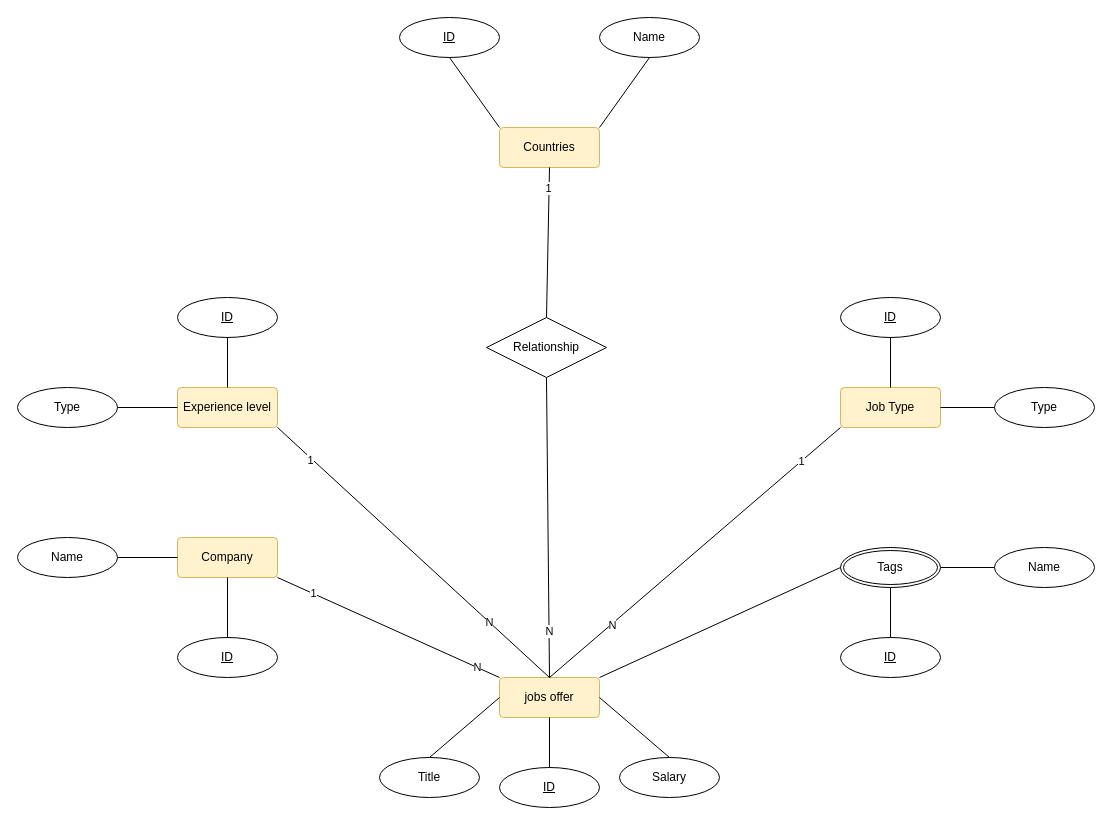
yassinessadi/diagrams keeps this draw.io diagram as Untitled Diagram.drawio. Above is the earlier version. Source tidied: cells renumbered, new cells numbered last; positions are measured from the earlier drawing's top-left corner, leaving out a move shared by most shapes. Both pictures are drawn from the tidied source at 100%, with x=0, y=0 at pixel (17, 17).
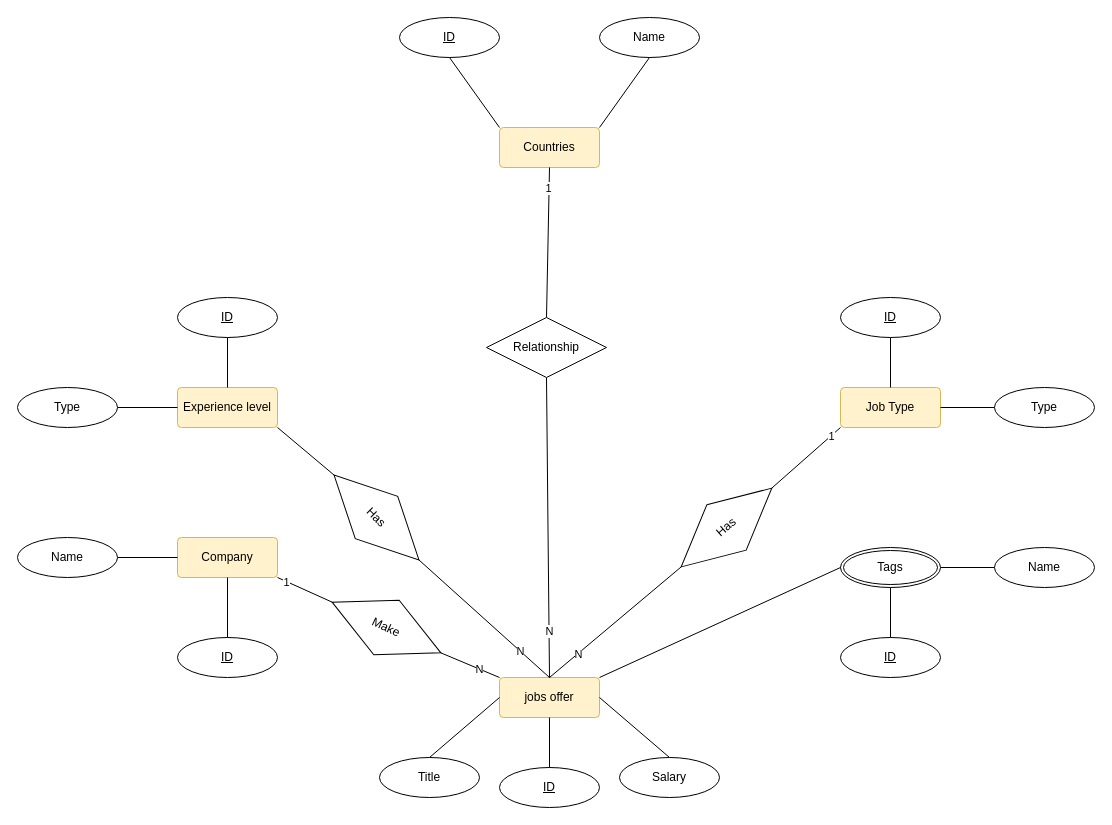
The same page after the edit.

Commit message:
Entity Relation (Added) Diagram.drawio

The change refers to these unchanged cells:
```xml
<mxCell id="2" value="Job Type" style="rounded=1;arcSize=10;whiteSpace=wrap;html=1;align=center;fillColor=#fff2cc;strokeColor=#d6b656;" parent="1" vertex="1">
  <mxGeometry x="823" y="370" width="100" height="40" as="geometry" />
</mxCell>
<mxCell id="10" value="Experience level" style="rounded=1;arcSize=10;whiteSpace=wrap;html=1;align=center;fillColor=#fff2cc;strokeColor=#d6b656;" parent="1" vertex="1">
  <mxGeometry x="160" y="370" width="100" height="40" as="geometry" />
</mxCell>
<mxCell id="15" value="Company" style="rounded=1;arcSize=10;whiteSpace=wrap;html=1;align=center;fillColor=#fff2cc;strokeColor=#d6b656;" parent="1" vertex="1">
  <mxGeometry x="160" y="520" width="100" height="40" as="geometry" />
</mxCell>
<mxCell id="20" value="jobs offer" style="rounded=1;arcSize=10;whiteSpace=wrap;html=1;align=center;fillColor=#fff2cc;strokeColor=#d6b656;" parent="1" vertex="1">
  <mxGeometry x="482" y="660" width="100" height="40" as="geometry" />
</mxCell>
```

Change to the diagram source:
```diff
@@
-    <mxCell id="28" style="endArrow=none;html=1;rounded=0;exitX=1;exitY=1;exitDx=0;exitDy=0;entryX=0;entryY=0;entryDx=0;entryDy=0;" parent="1" edge="1" source="15" target="20">
+    <mxCell id="28" style="endArrow=none;html=1;rounded=0;exitX=1;exitY=1;exitDx=0;exitDy=0;entryX=0;entryY=0.5;entryDx=0;entryDy=0;" parent="1" edge="1" source="15" target="49">
       <mxGeometry relative="1" as="geometry" />
     </mxCell>
-    <mxCell id="29" value="N" style="edgeLabel;html=1;align=center;verticalAlign=middle;" parent="28" vertex="1">
-      <mxGeometry x="0.8" relative="1" as="geometry" />
-    </mxCell>
@@
-    <mxCell id="33" style="endArrow=none;html=1;rounded=0;exitX=1;exitY=1;exitDx=0;exitDy=0;entryX=0.5;entryY=0;entryDx=0;entryDy=0;" parent="1" edge="1" source="10" target="20">
+    <mxCell id="33" style="endArrow=none;html=1;rounded=0;exitX=1;exitY=0.5;exitDx=0;exitDy=0;entryX=0.5;entryY=0;entryDx=0;entryDy=0;" parent="1" edge="1" source="52" target="20">
       <mxGeometry relative="1" as="geometry" />
     </mxCell>
@@
-    <mxCell id="35" value="1" style="edgeLabel;html=1;align=center;verticalAlign=middle;" parent="33" vertex="1">
-      <mxGeometry x="-0.75" y="-2" relative="1" as="geometry" />
-    </mxCell>
-    <mxCell id="36" style="endArrow=none;html=1;rounded=0;entryX=0;entryY=1;entryDx=0;entryDy=0;exitX=0.5;exitY=0;exitDx=0;exitDy=0;" parent="1" edge="1" source="20" target="2">
+    <mxCell id="36" style="endArrow=none;html=1;rounded=0;entryX=0;entryY=1;entryDx=0;entryDy=0;exitX=1;exitY=0.5;exitDx=0;exitDy=0;" parent="1" edge="1" source="56" target="2">
       <mxGeometry relative="1" as="geometry" />
     </mxCell>
-    <mxCell id="37" value="N" style="edgeLabel;html=1;align=center;verticalAlign=middle;" parent="36" vertex="1">
-      <mxGeometry x="-0.57" y="-1" relative="1" as="geometry" />
-    </mxCell>
@@
+    <mxCell id="49" value="Make" style="shape=rhombus;perimeter=rhombusPerimeter;whiteSpace=wrap;html=1;align=center;rotation=25;" parent="1" vertex="1">
+      <mxGeometry x="309" y="580" width="120" height="60" as="geometry" />
+    </mxCell>
+    <mxCell id="50" style="endArrow=none;html=1;rounded=0;exitX=1;exitY=0.5;exitDx=0;exitDy=0;entryX=0;entryY=0;entryDx=0;entryDy=0;" parent="1" edge="1" source="49" target="20">
+      <mxGeometry relative="1" as="geometry" />
+    </mxCell>
+    <mxCell id="51" value="N" style="edgeLabel;html=1;align=center;verticalAlign=middle;" parent="50" vertex="1">
+      <mxGeometry x="0.28" relative="1" as="geometry" />
+    </mxCell>
+    <mxCell id="52" value="Has" style="shape=rhombus;perimeter=rhombusPerimeter;whiteSpace=wrap;html=1;align=center;rotation=45;" parent="1" vertex="1">
+      <mxGeometry x="299" y="470" width="120" height="60" as="geometry" />
+    </mxCell>
+    <mxCell id="53" style="endArrow=none;html=1;rounded=0;exitX=1;exitY=1;exitDx=0;exitDy=0;entryX=0;entryY=0.5;entryDx=0;entryDy=0;" parent="1" edge="1" source="10" target="52">
+      <mxGeometry relative="1" as="geometry" />
+    </mxCell>
+    <mxCell id="54" style="endArrow=none;html=1;rounded=0;entryX=0;entryY=0.5;entryDx=0;entryDy=0;exitX=0.5;exitY=0;exitDx=0;exitDy=0;" parent="1" edge="1" source="20" target="56">
+      <mxGeometry relative="1" as="geometry" />
+    </mxCell>
+    <mxCell id="55" value="N" style="edgeLabel;html=1;align=center;verticalAlign=middle;" parent="54" vertex="1">
+      <mxGeometry x="-0.57" y="-1" relative="1" as="geometry" />
+    </mxCell>
+    <mxCell id="56" value="Has" style="shape=rhombus;perimeter=rhombusPerimeter;whiteSpace=wrap;html=1;align=center;rotation=-41;" parent="1" vertex="1">
+      <mxGeometry x="649" y="480" width="120" height="60" as="geometry" />
+    </mxCell>
```
